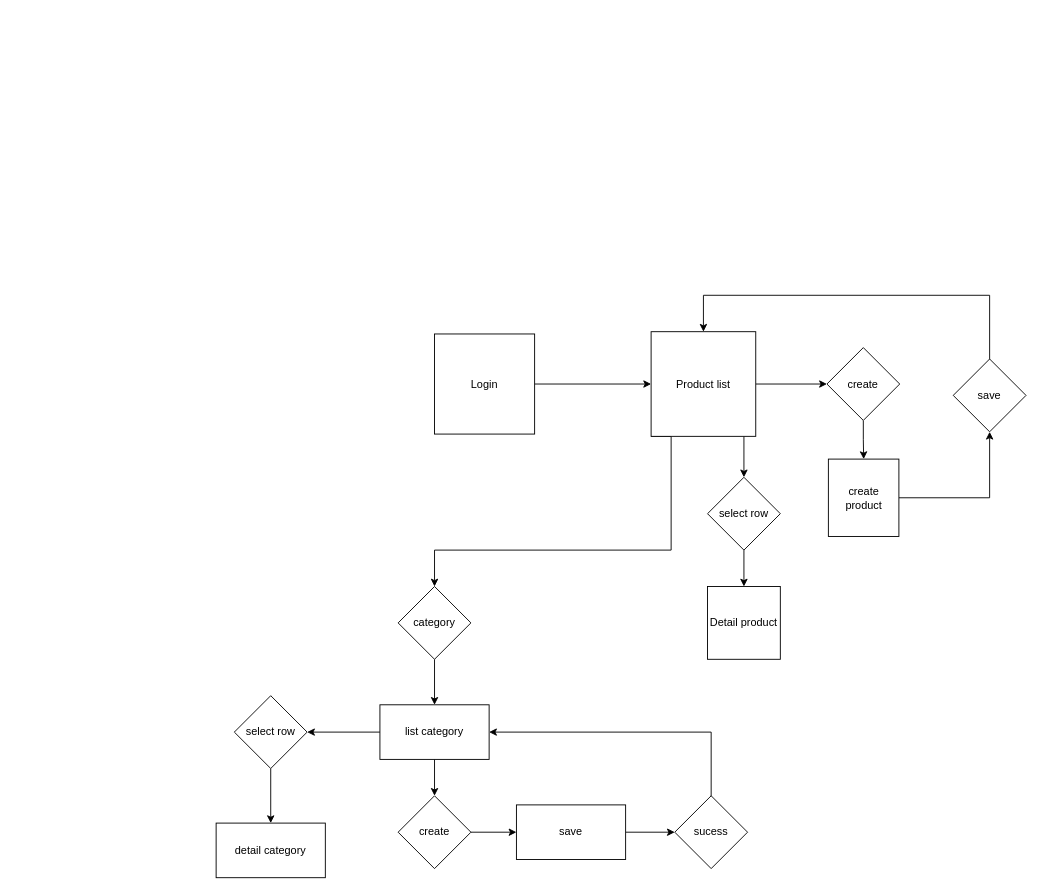
Before: diagram.drawio in phunguyen321/dx-academy, a draw.io diagram. Source tidied: cells renumbered, new cells numbered last; positions are measured from the earlier drawing's top-left corner, leaving out a move shared by most shapes. Both pictures are drawn from the tidied source at 91%, with x=0, y=0 at pixel (216, 295).
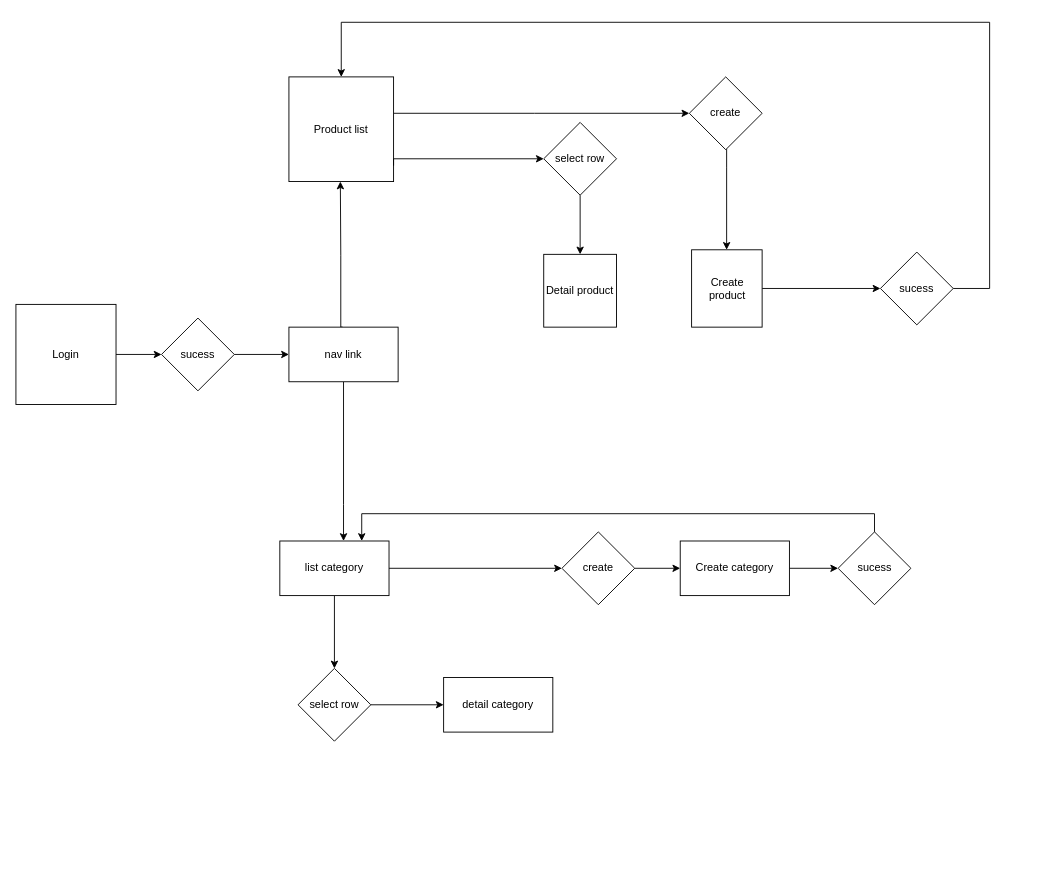
The same diagram, later.

What changed in the source:
```diff
@@
-    <mxCell id="2" style="edgeStyle=orthogonalEdgeStyle;rounded=0;jettySize=auto;html=1;exitX=1;exitY=0.5;exitDx=0;exitDy=0;entryX=0;entryY=0.5;entryDx=0;entryDy=0;" parent="1" edge="1" source="3" target="7">
-      <mxGeometry relative="1" as="geometry" />
-    </mxCell>
+    <mxCell id="31" style="edgeStyle=orthogonalEdgeStyle;rounded=0;jettySize=auto;html=1;" parent="1" edge="1" source="3" target="34">
+      <mxGeometry relative="1" as="geometry" />
+    </mxCell>
     <mxCell id="3" value="Login" style="whiteSpace=wrap;html=1;" parent="1" vertex="1">
-      <mxGeometry x="240" y="42.5" width="110" height="110" as="geometry" />
+      <mxGeometry x="-220" y="10" width="110" height="110" as="geometry" />
     </mxCell>
-    <mxCell id="4" style="edgeStyle=orthogonalEdgeStyle;rounded=0;jettySize=auto;html=1;" parent="1" edge="1" source="7" target="9">
-      <mxGeometry relative="1" as="geometry">
-        <Array as="points">
-          <mxPoint x="580" y="170" />
-          <mxPoint x="580" y="170" />
-        </Array>
-      </mxGeometry>
-    </mxCell>
     <mxCell id="5" style="edgeStyle=orthogonalEdgeStyle;rounded=0;jettySize=auto;html=1;" parent="1" edge="1" source="7" target="12">
-      <mxGeometry relative="1" as="geometry" />
+      <mxGeometry relative="1" as="geometry">
+        <Array as="points">
+          <mxPoint x="350" y="-200" />
+          <mxPoint x="350" y="-200" />
+        </Array>
+      </mxGeometry>
     </mxCell>
-    <mxCell id="6" style="edgeStyle=orthogonalEdgeStyle;rounded=0;jettySize=auto;html=1;exitX=0;exitY=1;exitDx=0;exitDy=0;entryX=0.5;entryY=0;entryDx=0;entryDy=0;" parent="1" edge="1" source="7" target="18">
-      <mxGeometry relative="1" as="geometry">
-        <Array as="points">
-          <mxPoint x="500" y="155" />
-          <mxPoint x="500" y="280" />
-          <mxPoint x="240" y="280" />
-        </Array>
-      </mxGeometry>
-    </mxCell>
     <mxCell id="7" value="Product list" style="whiteSpace=wrap;html=1;" parent="1" vertex="1">
-      <mxGeometry x="478" y="40" width="115" height="115" as="geometry" />
+      <mxGeometry x="80" y="-240" width="115" height="115" as="geometry" />
     </mxCell>
@@
     <mxCell id="9" value="select row" style="rhombus;whiteSpace=wrap;html=1;" parent="1" vertex="1">
-      <mxGeometry x="540" y="200" width="80" height="80" as="geometry" />
+      <mxGeometry x="360" y="-190" width="80" height="80" as="geometry" />
     </mxCell>
     <mxCell id="10" value="Detail product" style="whiteSpace=wrap;html=1;" parent="1" vertex="1">
-      <mxGeometry x="540" y="320" width="80" height="80" as="geometry" />
+      <mxGeometry x="360" y="-45" width="80" height="80" as="geometry" />
     </mxCell>
     <mxCell id="11" style="edgeStyle=orthogonalEdgeStyle;rounded=0;jettySize=auto;html=1;" parent="1" edge="1" source="12" target="14">
-      <mxGeometry relative="1" as="geometry" />
+      <mxGeometry relative="1" as="geometry">
+        <Array as="points">
+          <mxPoint x="561" y="-140" />
+          <mxPoint x="561" y="-140" />
+        </Array>
+      </mxGeometry>
     </mxCell>
     <mxCell id="12" value="create" style="rhombus;whiteSpace=wrap;html=1;" parent="1" vertex="1">
-      <mxGeometry x="671.2" y="57.5" width="80" height="80" as="geometry" />
+      <mxGeometry x="520" y="-240" width="80" height="80" as="geometry" />
     </mxCell>
@@
-    <mxCell id="14" value="create product" style="whiteSpace=wrap;html=1;" parent="1" vertex="1">
-      <mxGeometry x="672.8" y="180" width="77.5" height="85" as="geometry" />
+    <mxCell id="14" value="Create product" style="whiteSpace=wrap;html=1;" parent="1" vertex="1">
+      <mxGeometry x="522.5" y="-50" width="77.5" height="85" as="geometry" />
     </mxCell>
-    <mxCell id="15" style="edgeStyle=orthogonalEdgeStyle;rounded=0;jettySize=auto;html=1;exitX=0.5;exitY=0;exitDx=0;exitDy=0;entryX=0.5;entryY=0;entryDx=0;entryDy=0;" parent="1" edge="1" source="16" target="7">
+    <mxCell id="15" style="edgeStyle=orthogonalEdgeStyle;rounded=0;jettySize=auto;html=1;exitX=1;exitY=0.5;exitDx=0;exitDy=0;entryX=0.5;entryY=0;entryDx=0;entryDy=0;" parent="1" edge="1" source="16" target="7">
       <mxGeometry relative="1" as="geometry">
         <Array as="points">
-          <mxPoint x="850" />
-          <mxPoint x="536" />
+          <mxPoint x="850" y="-7" />
+          <mxPoint x="850" y="-300" />
+          <mxPoint x="138" y="-300" />
         </Array>
       </mxGeometry>
     </mxCell>
-    <mxCell id="16" value="save" style="rhombus;whiteSpace=wrap;html=1;" parent="1" vertex="1">
-      <mxGeometry x="810" y="70" width="80" height="80" as="geometry" />
+    <mxCell id="16" value="sucess" style="rhombus;whiteSpace=wrap;html=1;" parent="1" vertex="1">
+      <mxGeometry x="730" y="-47.5" width="80" height="80" as="geometry" />
     </mxCell>
-    <mxCell id="17" style="edgeStyle=orthogonalEdgeStyle;rounded=0;jettySize=auto;html=1;" parent="1" edge="1" source="18" target="21">
-      <mxGeometry relative="1" as="geometry" />
-    </mxCell>
-    <mxCell id="18" value="category" style="rhombus;whiteSpace=wrap;html=1;" parent="1" vertex="1">
-      <mxGeometry x="200" y="320" width="80" height="80" as="geometry" />
-    </mxCell>
@@
     <mxCell id="21" value="list category" style="whiteSpace=wrap;html=1;" parent="1" vertex="1">
-      <mxGeometry x="180" y="450" width="120" height="60" as="geometry" />
+      <mxGeometry x="70" y="270" width="120" height="60" as="geometry" />
     </mxCell>
     <mxCell id="22" value="detail category" style="whiteSpace=wrap;html=1;" parent="1" vertex="1">
-      <mxGeometry y="580" width="120" height="60" as="geometry" />
+      <mxGeometry x="250" y="420" width="120" height="60" as="geometry" />
     </mxCell>
@@
     <mxCell id="24" value="select row" style="rhombus;whiteSpace=wrap;html=1;" parent="1" vertex="1">
-      <mxGeometry x="20" y="440" width="80" height="80" as="geometry" />
+      <mxGeometry x="90" y="410" width="80" height="80" as="geometry" />
     </mxCell>
@@
     <mxCell id="26" value="create" style="rhombus;whiteSpace=wrap;html=1;" parent="1" vertex="1">
-      <mxGeometry x="200" y="550" width="80" height="80" as="geometry" />
+      <mxGeometry x="380" y="260" width="80" height="80" as="geometry" />
     </mxCell>
@@
-    <mxCell id="28" value="save" style="whiteSpace=wrap;html=1;" parent="1" vertex="1">
-      <mxGeometry x="330" y="560" width="120" height="60" as="geometry" />
+    <mxCell id="28" value="Create category" style="whiteSpace=wrap;html=1;" parent="1" vertex="1">
+      <mxGeometry x="510" y="270" width="120" height="60" as="geometry" />
     </mxCell>
-    <mxCell id="29" style="edgeStyle=orthogonalEdgeStyle;rounded=0;orthogonalLoop=1;jettySize=auto;html=1;entryX=1;entryY=0.25;entryDx=0;entryDy=0;" parent="1" edge="1">
-      <mxGeometry relative="1" as="geometry">
-        <mxPoint x="544" y="565" as="sourcePoint" />
-        <mxPoint x="300" y="480" as="targetPoint" />
-        <Array as="points">
-          <mxPoint x="544" y="480" />
-        </Array>
-      </mxGeometry>
-    </mxCell>
+    <mxCell id="32" style="edgeStyle=orthogonalEdgeStyle;rounded=0;jettySize=auto;html=1;entryX=0.75;entryY=0;entryDx=0;entryDy=0;" parent="1" edge="1" source="30" target="21">
+      <mxGeometry relative="1" as="geometry">
+        <Array as="points">
+          <mxPoint x="724" y="240" />
+          <mxPoint x="160" y="240" />
+        </Array>
+      </mxGeometry>
+    </mxCell>
     <mxCell id="30" value="sucess" style="rhombus;whiteSpace=wrap;html=1;" parent="1" vertex="1">
-      <mxGeometry x="504" y="550" width="80" height="80" as="geometry" />
+      <mxGeometry x="683.5" y="260" width="80" height="80" as="geometry" />
     </mxCell>
+    <mxCell id="33" style="edgeStyle=orthogonalEdgeStyle;rounded=0;jettySize=auto;html=1;" parent="1" edge="1" source="34" target="37">
+      <mxGeometry relative="1" as="geometry" />
+    </mxCell>
+    <mxCell id="34" value="sucess" style="rhombus;whiteSpace=wrap;html=1;" parent="1" vertex="1">
+      <mxGeometry x="-60" y="25" width="80" height="80" as="geometry" />
+    </mxCell>
+    <mxCell id="35" style="edgeStyle=orthogonalEdgeStyle;rounded=0;orthogonalLoop=1;jettySize=auto;html=1;entryX=0.5;entryY=1;entryDx=0;entryDy=0;" parent="1" edge="1">
+      <mxGeometry relative="1" as="geometry">
+        <mxPoint x="139" y="35" as="sourcePoint" />
+        <mxPoint x="136.5" y="-125" as="targetPoint" />
+        <Array as="points">
+          <mxPoint x="137" y="35" />
+          <mxPoint x="137" y="-44" />
+        </Array>
+      </mxGeometry>
+    </mxCell>
+    <mxCell id="36" style="edgeStyle=orthogonalEdgeStyle;rounded=0;jettySize=auto;html=1;exitX=0.5;exitY=1;exitDx=0;exitDy=0;" parent="1" edge="1" source="37" target="21">
+      <mxGeometry relative="1" as="geometry">
+        <Array as="points">
+          <mxPoint x="140" y="230" />
+          <mxPoint x="140" y="230" />
+        </Array>
+      </mxGeometry>
+    </mxCell>
+    <mxCell id="37" value="nav link" style="whiteSpace=wrap;html=1;" parent="1" vertex="1">
+      <mxGeometry x="80" y="35" width="120" height="60" as="geometry" />
+    </mxCell>
+    <mxCell id="38" style="edgeStyle=orthogonalEdgeStyle;rounded=0;jettySize=auto;html=1;exitX=1;exitY=0.5;exitDx=0;exitDy=0;" parent="1" edge="1" target="9">
+      <mxGeometry relative="1" as="geometry">
+        <mxPoint x="195" y="-142.5" as="sourcePoint" />
+        <Array as="points">
+          <mxPoint x="195" y="-150" />
+        </Array>
+      </mxGeometry>
+    </mxCell>
```
